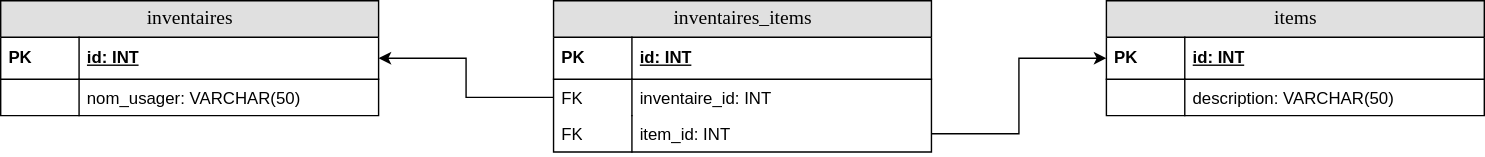
Before: docs/images/relation_plusieurs_plusieurs.svg, a diagram exported from draw.io (cegepvictoetienne/bd2). Source tidied: cells renumbered, new cells last; positions are measured from the earlier drawing's top-left corner, leaving out a move shared by most shapes. The source it was exported from:
```xml
<mxGraphModel>
  <root>
    <mxCell id="0" />
    <mxCell id="1" parent="0" />
    <mxCell id="2" style="edgeStyle=orthogonalEdgeStyle;rounded=0;jettySize=auto;html=1;entryX=1;entryY=0.5;entryDx=0;entryDy=0;exitX=0;exitY=0.5;exitDx=0;exitDy=0;" parent="1" edge="1" source="11" target="4">
      <mxGeometry relative="1" as="geometry" />
    </mxCell>
    <mxCell id="3" value="inventaires" style="swimlane;html=1;fontStyle=0;horizontal=1;startSize=26;fillColor=#e0e0e0;swimlaneFillColor=#ffffff;align=center;rounded=0;shadow=0;comic=0;labelBackgroundColor=none;strokeWidth=1;fontFamily=Verdana;fontSize=14;" parent="1" vertex="1">
      <mxGeometry width="270" height="82" as="geometry" />
    </mxCell>
    <mxCell id="4" value="id: INT" style="shape=partialRectangle;top=0;left=0;right=0;bottom=1;html=1;align=left;verticalAlign=middle;fillColor=none;spacingLeft=60;spacingRight=4;whiteSpace=wrap;overflow=hidden;points=[[0,0.5],[1,0.5]];portConstraint=eastwest;fontStyle=5;" parent="3" vertex="1">
      <mxGeometry y="26" width="270" height="30" as="geometry" />
    </mxCell>
    <mxCell id="5" value="PK" style="shape=partialRectangle;fontStyle=1;top=0;left=0;bottom=0;html=1;fillColor=none;align=left;verticalAlign=middle;spacingLeft=4;spacingRight=4;whiteSpace=wrap;overflow=hidden;" parent="4" vertex="1">
      <mxGeometry width="56" height="30" as="geometry" />
    </mxCell>
    <mxCell id="6" value="nom_usager: VARCHAR(50)" style="shape=partialRectangle;top=0;left=0;right=0;bottom=0;html=1;align=left;verticalAlign=top;fillColor=none;spacingLeft=60;spacingRight=4;whiteSpace=wrap;overflow=hidden;" parent="3" vertex="1">
      <mxGeometry y="56" width="270" height="26" as="geometry" />
    </mxCell>
    <mxCell id="7" style="shape=partialRectangle;top=0;left=0;bottom=0;html=1;fillColor=none;align=left;verticalAlign=top;spacingLeft=4;spacingRight=4;whiteSpace=wrap;overflow=hidden;" parent="6" vertex="1">
      <mxGeometry width="56" height="26" as="geometry" />
    </mxCell>
    <mxCell id="8" value="inventaires_items" style="swimlane;html=1;fontStyle=0;horizontal=1;startSize=26;fillColor=#e0e0e0;swimlaneFillColor=#ffffff;align=center;rounded=0;shadow=0;comic=0;labelBackgroundColor=none;strokeWidth=1;fontFamily=Verdana;fontSize=14;" parent="1" vertex="1">
      <mxGeometry x="395" width="270" height="108" as="geometry" />
    </mxCell>
    <mxCell id="9" value="id: INT" style="shape=partialRectangle;top=0;left=0;right=0;bottom=1;html=1;align=left;verticalAlign=middle;fillColor=none;spacingLeft=60;spacingRight=4;whiteSpace=wrap;overflow=hidden;fontStyle=5;" parent="8" vertex="1">
      <mxGeometry y="26" width="270" height="30" as="geometry" />
    </mxCell>
    <mxCell id="10" value="PK" style="shape=partialRectangle;fontStyle=1;top=0;left=0;bottom=0;html=1;fillColor=none;align=left;verticalAlign=middle;spacingLeft=4;spacingRight=4;whiteSpace=wrap;overflow=hidden;" parent="9" vertex="1">
      <mxGeometry width="56" height="30" as="geometry" />
    </mxCell>
    <mxCell id="11" value="inventaire_id: INT" style="shape=partialRectangle;top=0;left=0;right=0;bottom=0;html=1;align=left;verticalAlign=top;fillColor=none;spacingLeft=60;spacingRight=4;whiteSpace=wrap;overflow=hidden;points=[[0,0.5],[1,0.5]];portConstraint=eastwest;" parent="8" vertex="1">
      <mxGeometry y="56" width="270" height="26" as="geometry" />
    </mxCell>
    <mxCell id="12" value="FK" style="shape=partialRectangle;top=0;left=0;bottom=0;html=1;fillColor=none;align=left;verticalAlign=top;spacingLeft=4;spacingRight=4;whiteSpace=wrap;overflow=hidden;" parent="11" vertex="1">
      <mxGeometry width="56" height="26" as="geometry" />
    </mxCell>
    <mxCell id="13" value="item_id: INT" style="shape=partialRectangle;top=0;left=0;right=0;bottom=0;html=1;align=left;verticalAlign=top;fillColor=none;spacingLeft=60;spacingRight=4;whiteSpace=wrap;overflow=hidden;points=[[0,0.5],[1,0.5]];portConstraint=eastwest;" parent="8" vertex="1">
      <mxGeometry y="82" width="270" height="26" as="geometry" />
    </mxCell>
    <mxCell id="14" value="FK" style="shape=partialRectangle;top=0;left=0;bottom=0;html=1;fillColor=none;align=left;verticalAlign=top;spacingLeft=4;spacingRight=4;whiteSpace=wrap;overflow=hidden;" parent="13" vertex="1">
      <mxGeometry width="56" height="26" as="geometry" />
    </mxCell>
    <mxCell id="15" value="items" style="swimlane;html=1;fontStyle=0;horizontal=1;startSize=26;fillColor=#e0e0e0;swimlaneFillColor=#ffffff;align=center;rounded=0;shadow=0;comic=0;labelBackgroundColor=none;strokeWidth=1;fontFamily=Verdana;fontSize=14;" parent="1" vertex="1">
      <mxGeometry x="790" width="270" height="82" as="geometry" />
    </mxCell>
    <mxCell id="16" value="id: INT" style="shape=partialRectangle;top=0;left=0;right=0;bottom=1;html=1;align=left;verticalAlign=middle;fillColor=none;spacingLeft=60;spacingRight=4;whiteSpace=wrap;overflow=hidden;points=[[0,0.5],[1,0.5]];portConstraint=eastwest;fontStyle=5;" parent="15" vertex="1">
      <mxGeometry y="26" width="270" height="30" as="geometry" />
    </mxCell>
    <mxCell id="17" value="PK" style="shape=partialRectangle;fontStyle=1;top=0;left=0;bottom=0;html=1;fillColor=none;align=left;verticalAlign=middle;spacingLeft=4;spacingRight=4;whiteSpace=wrap;overflow=hidden;" parent="16" vertex="1">
      <mxGeometry width="56" height="30" as="geometry" />
    </mxCell>
    <mxCell id="18" value="description: VARCHAR(50)" style="shape=partialRectangle;top=0;left=0;right=0;bottom=0;html=1;align=left;verticalAlign=top;fillColor=none;spacingLeft=60;spacingRight=4;whiteSpace=wrap;overflow=hidden;" parent="15" vertex="1">
      <mxGeometry y="56" width="270" height="26" as="geometry" />
    </mxCell>
    <mxCell id="19" style="shape=partialRectangle;top=0;left=0;bottom=0;html=1;fillColor=none;align=left;verticalAlign=top;spacingLeft=4;spacingRight=4;whiteSpace=wrap;overflow=hidden;" parent="18" vertex="1">
      <mxGeometry width="56" height="26" as="geometry" />
    </mxCell>
    <mxCell id="20" style="endArrow=classic;html=1;rounded=0;exitX=1;exitY=0.5;exitDx=0;exitDy=0;entryX=0;entryY=0.5;entryDx=0;entryDy=0;edgeStyle=orthogonalEdgeStyle;" parent="1" edge="1" source="13" target="16">
      <mxGeometry relative="1" as="geometry" />
    </mxCell>
  </root>
</mxGraphModel>
```
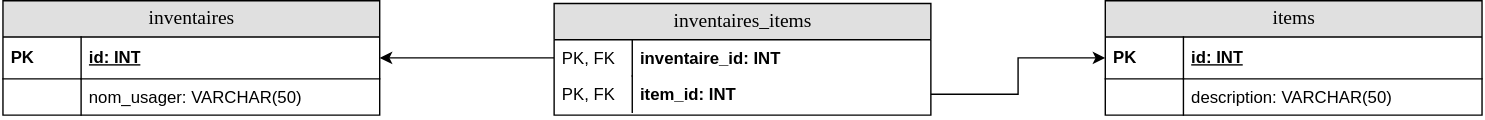
Later version of the same file.

Change to the diagram source:
```diff
@@ -21,24 +21,18 @@
       <mxGeometry width="56" height="26" as="geometry" />
     </mxCell>
     <mxCell id="8" value="inventaires_items" style="swimlane;html=1;fontStyle=0;horizontal=1;startSize=26;fillColor=#e0e0e0;swimlaneFillColor=#ffffff;align=center;rounded=0;shadow=0;comic=0;labelBackgroundColor=none;strokeWidth=1;fontFamily=Verdana;fontSize=14;" parent="1" vertex="1">
-      <mxGeometry x="395" width="270" height="108" as="geometry" />
+      <mxGeometry x="395" y="2" width="270" height="80" as="geometry" />
     </mxCell>
-    <mxCell id="9" value="id: INT" style="shape=partialRectangle;top=0;left=0;right=0;bottom=1;html=1;align=left;verticalAlign=middle;fillColor=none;spacingLeft=60;spacingRight=4;whiteSpace=wrap;overflow=hidden;fontStyle=5;" parent="8" vertex="1">
-      <mxGeometry y="26" width="270" height="30" as="geometry" />
-    </mxCell>
-    <mxCell id="10" value="PK" style="shape=partialRectangle;fontStyle=1;top=0;left=0;bottom=0;html=1;fillColor=none;align=left;verticalAlign=middle;spacingLeft=4;spacingRight=4;whiteSpace=wrap;overflow=hidden;" parent="9" vertex="1">
-      <mxGeometry width="56" height="30" as="geometry" />
-    </mxCell>
-    <mxCell id="11" value="inventaire_id: INT" style="shape=partialRectangle;top=0;left=0;right=0;bottom=0;html=1;align=left;verticalAlign=top;fillColor=none;spacingLeft=60;spacingRight=4;whiteSpace=wrap;overflow=hidden;points=[[0,0.5],[1,0.5]];portConstraint=eastwest;" parent="8" vertex="1">
-      <mxGeometry y="56" width="270" height="26" as="geometry" />
+    <mxCell id="11" value="inventaire_id: INT" style="shape=partialRectangle;top=0;left=0;right=0;bottom=0;html=1;align=left;verticalAlign=top;fillColor=none;spacingLeft=60;spacingRight=4;whiteSpace=wrap;overflow=hidden;points=[[0,0.5],[1,0.5]];portConstraint=eastwest;fontStyle=1;" parent="8" vertex="1">
+      <mxGeometry y="26" width="270" height="26" as="geometry" />
     </mxCell>
-    <mxCell id="12" value="FK" style="shape=partialRectangle;top=0;left=0;bottom=0;html=1;fillColor=none;align=left;verticalAlign=top;spacingLeft=4;spacingRight=4;whiteSpace=wrap;overflow=hidden;" parent="11" vertex="1">
+    <mxCell id="12" value="PK, FK" style="shape=partialRectangle;top=0;left=0;bottom=0;html=1;fillColor=none;align=left;verticalAlign=top;spacingLeft=4;spacingRight=4;whiteSpace=wrap;overflow=hidden;" parent="11" vertex="1">
       <mxGeometry width="56" height="26" as="geometry" />
     </mxCell>
-    <mxCell id="13" value="item_id: INT" style="shape=partialRectangle;top=0;left=0;right=0;bottom=0;html=1;align=left;verticalAlign=top;fillColor=none;spacingLeft=60;spacingRight=4;whiteSpace=wrap;overflow=hidden;points=[[0,0.5],[1,0.5]];portConstraint=eastwest;" parent="8" vertex="1">
-      <mxGeometry y="82" width="270" height="26" as="geometry" />
+    <mxCell id="13" value="item_id: INT" style="shape=partialRectangle;top=0;left=0;right=0;bottom=0;html=1;align=left;verticalAlign=top;fillColor=none;spacingLeft=60;spacingRight=4;whiteSpace=wrap;overflow=hidden;points=[[0,0.5],[1,0.5]];portConstraint=eastwest;fontStyle=1;" parent="8" vertex="1">
+      <mxGeometry y="52" width="270" height="26" as="geometry" />
     </mxCell>
-    <mxCell id="14" value="FK" style="shape=partialRectangle;top=0;left=0;bottom=0;html=1;fillColor=none;align=left;verticalAlign=top;spacingLeft=4;spacingRight=4;whiteSpace=wrap;overflow=hidden;" parent="13" vertex="1">
+    <mxCell id="14" value="PK, FK" style="shape=partialRectangle;top=0;left=0;bottom=0;html=1;fillColor=none;align=left;verticalAlign=top;spacingLeft=4;spacingRight=4;whiteSpace=wrap;overflow=hidden;" parent="13" vertex="1">
       <mxGeometry width="56" height="26" as="geometry" />
     </mxCell>
     <mxCell id="15" value="items" style="swimlane;html=1;fontStyle=0;horizontal=1;startSize=26;fillColor=#e0e0e0;swimlaneFillColor=#ffffff;align=center;rounded=0;shadow=0;comic=0;labelBackgroundColor=none;strokeWidth=1;fontFamily=Verdana;fontSize=14;" parent="1" vertex="1">
```
